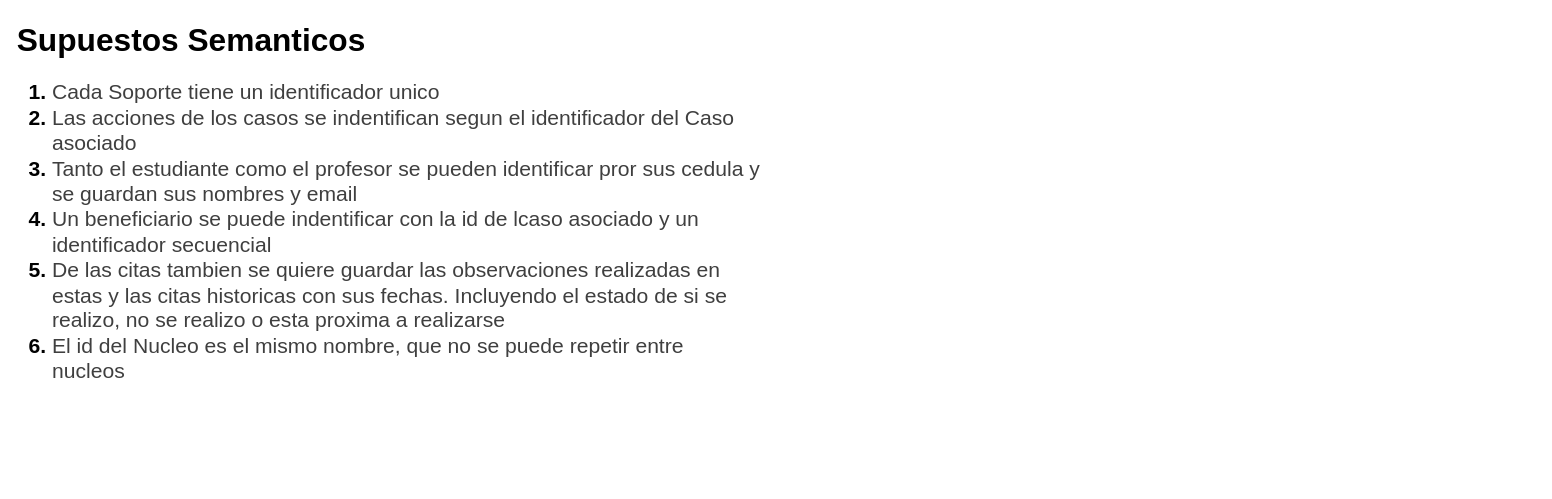
Earlier version of the draw.io diagram page "Supuestos" (2 of 2) of doc/diagramaConceptual.drawio (DanielCarrenoMar/ClinicaJuridica-UCAB). Source tidied: cells renumbered, new cells numbered last; positions are measured from the earlier drawing's top-left corner, leaving out a move shared by most shapes. Both pictures are drawn from the tidied source at 88%, with x=0, y=0 at pixel (15, 15).
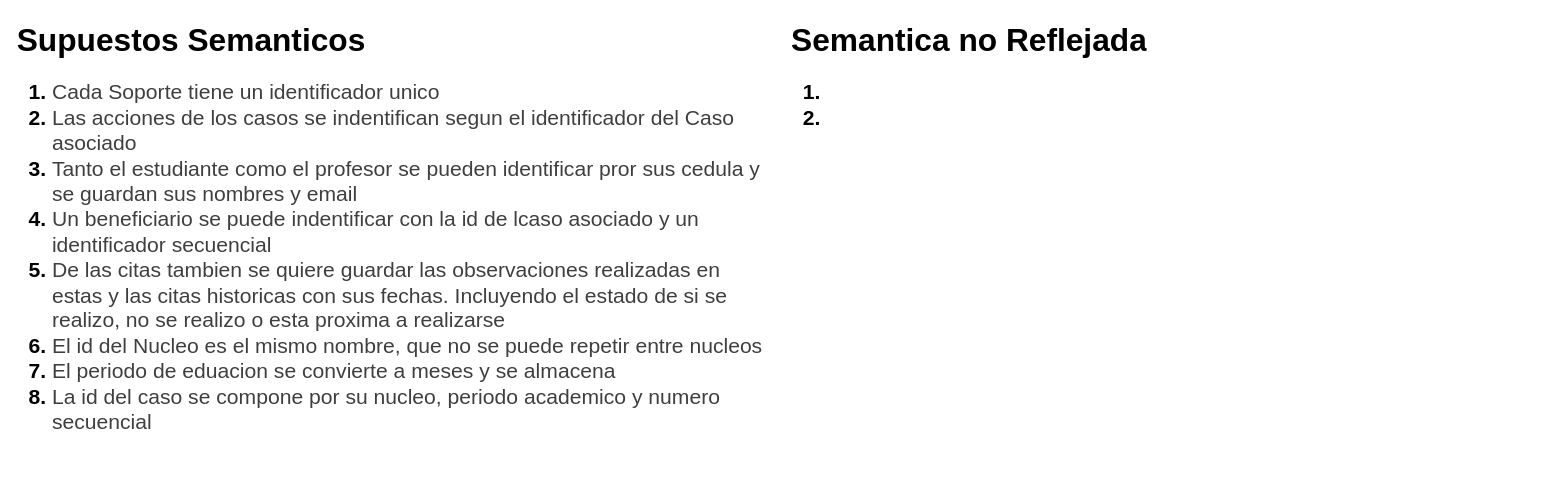
The same diagram, later.

Commit message (it also covers changes not shown here):
doc(diagra Conceptual): dominios y ajustar entidades nucleo y Caso

Change to the diagram source:
```diff
@@
 <mxGraphModel>
   <root>
     <mxCell id="0" />
     <mxCell id="1" parent="0" />
-    <mxCell id="2" value="&lt;h1 style=&quot;margin-top: 0px;&quot;&gt;&lt;font style=&quot;font-size: 36px;&quot;&gt;Supuestos Semanticos&lt;/font&gt;&lt;/h1&gt;&lt;h1 style=&quot;margin-top: 0px;&quot;&gt;&lt;ol&gt;&lt;li&gt;&lt;span style=&quot;background-color: transparent; color: rgb(63, 63, 63); font-weight: normal;&quot;&gt;Cada Soporte tiene un identificador unico&lt;/span&gt;&lt;/li&gt;&lt;li&gt;&lt;span style=&quot;background-color: transparent; color: rgb(63, 63, 63); font-weight: normal;&quot;&gt;Las acciones de los casos se indentifican segun el identificador del Caso asociado&lt;/span&gt;&lt;/li&gt;&lt;li&gt;&lt;span style=&quot;background-color: transparent; color: rgb(63, 63, 63); font-weight: normal;&quot;&gt;Tanto el estudiante como el profesor se pueden identificar pror sus cedula y se guardan sus nombres y email&lt;/span&gt;&lt;/li&gt;&lt;li&gt;&lt;span style=&quot;background-color: transparent; color: rgb(63, 63, 63); font-weight: normal;&quot;&gt;Un beneficiario se puede indentificar con la id de lcaso asociado y un identificador secuencial&lt;/span&gt;&lt;/li&gt;&lt;li&gt;&lt;span style=&quot;background-color: transparent; color: rgb(63, 63, 63); font-weight: normal;&quot;&gt;De las citas tambien se quiere guardar las observaciones realizadas en estas y las citas historicas con sus fechas. Incluyendo el estado de si se realizo, no se realizo o esta proxima a realizarse&lt;/span&gt;&lt;/li&gt;&lt;li&gt;&lt;span style=&quot;background-color: transparent; color: rgb(63, 63, 63); font-weight: normal;&quot;&gt;El id del Nucleo es el mismo nombre, que no se puede repetir entre nucleos&amp;nbsp;&lt;/span&gt;&lt;/li&gt;&lt;/ol&gt;&lt;/h1&gt;&lt;p&gt;&lt;/p&gt;" style="text;html=1;whiteSpace=wrap;overflow=hidden;rounded=0;" parent="1" vertex="1">
+    <mxCell id="2" value="&lt;h1 style=&quot;margin-top: 0px;&quot;&gt;&lt;font style=&quot;font-size: 36px;&quot;&gt;Supuestos Semanticos&lt;/font&gt;&lt;/h1&gt;&lt;h1 style=&quot;margin-top: 0px;&quot;&gt;&lt;ol&gt;&lt;li&gt;&lt;span style=&quot;background-color: transparent; color: rgb(63, 63, 63); font-weight: normal;&quot;&gt;Cada Soporte tiene un identificador unico&lt;/span&gt;&lt;/li&gt;&lt;li&gt;&lt;span style=&quot;background-color: transparent; color: rgb(63, 63, 63); font-weight: normal;&quot;&gt;Las acciones de los casos se indentifican segun el identificador del Caso asociado&lt;/span&gt;&lt;/li&gt;&lt;li&gt;&lt;span style=&quot;background-color: transparent; color: rgb(63, 63, 63); font-weight: normal;&quot;&gt;Tanto el estudiante como el profesor se pueden identificar pror sus cedula y se guardan sus nombres y email&lt;/span&gt;&lt;/li&gt;&lt;li&gt;&lt;span style=&quot;background-color: transparent; color: rgb(63, 63, 63); font-weight: normal;&quot;&gt;Un beneficiario se puede indentificar con la id de lcaso asociado y un identificador secuencial&lt;/span&gt;&lt;/li&gt;&lt;li&gt;&lt;span style=&quot;background-color: transparent; color: rgb(63, 63, 63); font-weight: normal;&quot;&gt;De las citas tambien se quiere guardar las observaciones realizadas en estas y las citas historicas con sus fechas. Incluyendo el estado de si se realizo, no se realizo o esta proxima a realizarse&lt;/span&gt;&lt;/li&gt;&lt;li&gt;&lt;span style=&quot;background-color: transparent; color: rgb(63, 63, 63); font-weight: normal;&quot;&gt;El id del Nucleo es el mismo nombre, que no se puede repetir entre nucleos&lt;/span&gt;&lt;/li&gt;&lt;li&gt;&lt;span style=&quot;background-color: transparent; color: rgb(63, 63, 63); font-weight: normal;&quot;&gt;El periodo de eduacion se convierte a meses y se almacena&lt;/span&gt;&lt;/li&gt;&lt;li&gt;&lt;span style=&quot;background-color: transparent; color: rgb(63, 63, 63); font-weight: normal;&quot;&gt;La id del caso se compone por su nucleo, periodo academico y numero secuencial&lt;/span&gt;&lt;/li&gt;&lt;/ol&gt;&lt;/h1&gt;&lt;p&gt;&lt;/p&gt;" style="text;html=1;whiteSpace=wrap;overflow=hidden;rounded=0;" parent="1" vertex="1">
       <mxGeometry width="850" height="530" as="geometry" />
     </mxCell>
+    <mxCell id="3" value="&lt;h1 style=&quot;margin-top: 0px;&quot;&gt;&lt;font style=&quot;font-size: 36px;&quot;&gt;Semantica no Reflejada&lt;/font&gt;&lt;/h1&gt;&lt;h1 style=&quot;margin-top: 0px;&quot;&gt;&lt;ol&gt;&lt;li&gt;&lt;br&gt;&lt;/li&gt;&lt;li&gt;&lt;br&gt;&lt;/li&gt;&lt;/ol&gt;&lt;/h1&gt;&lt;p&gt;&lt;/p&gt;" style="text;html=1;whiteSpace=wrap;overflow=hidden;rounded=0;" parent="1" vertex="1">
+      <mxGeometry x="880" width="850" height="530" as="geometry" />
+    </mxCell>
   </root>
 </mxGraphModel>
```
